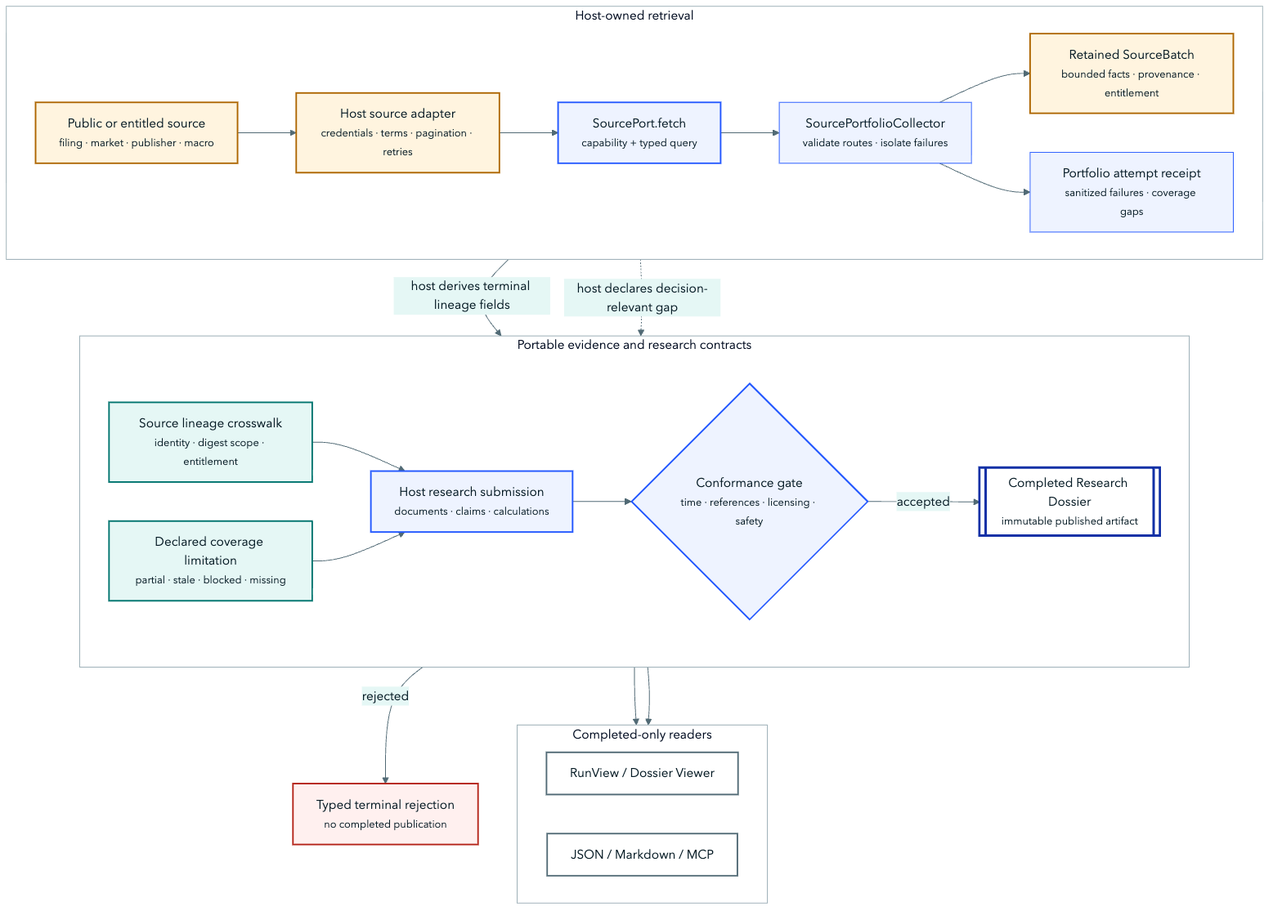
This is assets/architecture/source-to-dossier.png from harshitagarwal2/StockResearchAgents, a Mermaid export, as it was before one commit. Its source is kept beside it as docs/diagrams/source-to-dossier.mmd.
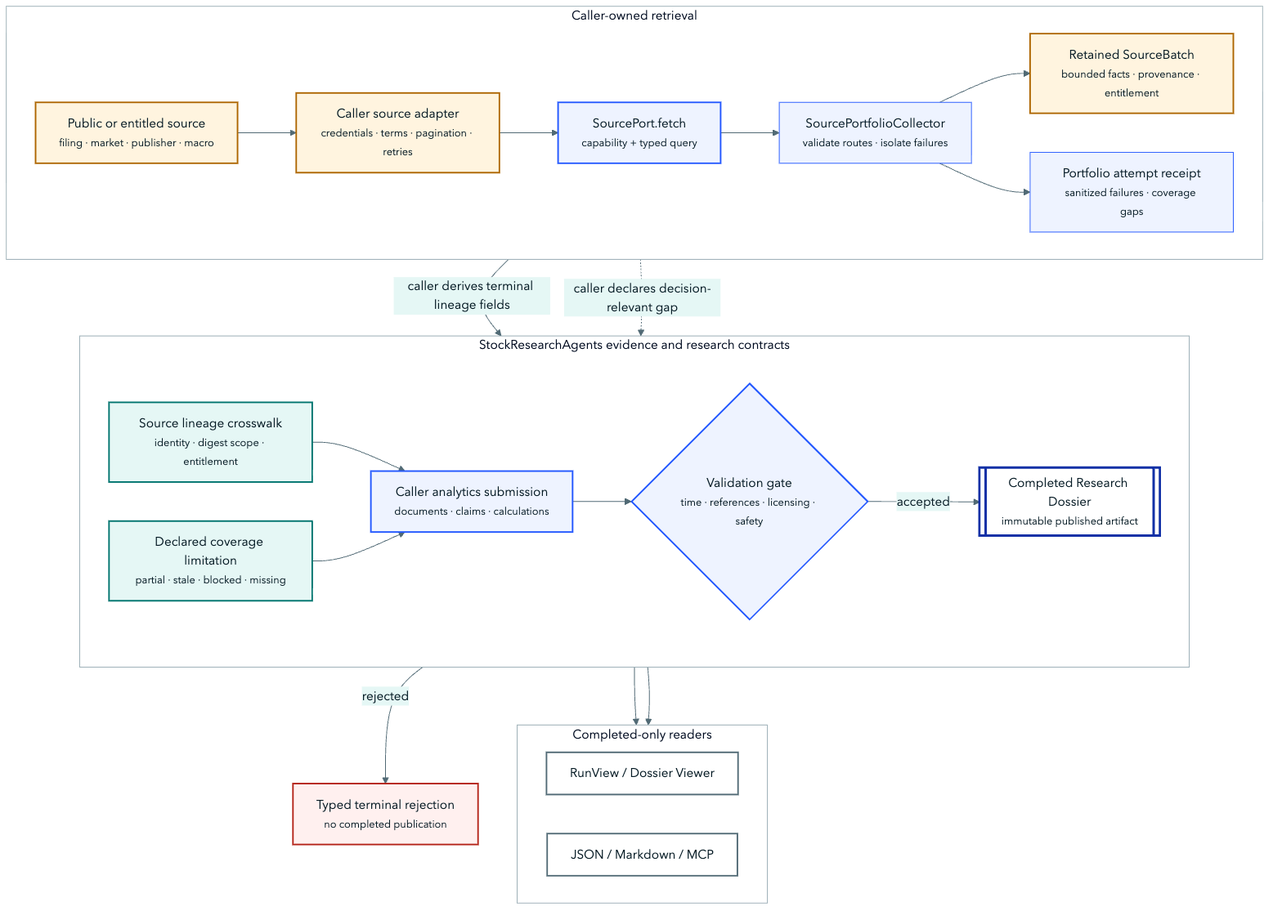
The same diagram one commit later.

Diff of the diagram source:
```diff
@@ -1,12 +1,12 @@
 %%{init: {"theme":"base","fontFamily":"Avenir Next, Segoe UI, sans-serif","themeVariables":{"fontFamily":"Avenir Next, Segoe UI, sans-serif","primaryColor":"#eef3ff","primaryTextColor":"#071c26","primaryBorderColor":"#2257ff","lineColor":"#516a75","secondaryColor":"#e5f7f5","tertiaryColor":"#fff4df","background":"#f5f8f9","clusterBkg":"#ffffff","clusterBorder":"#96aab2"},"flowchart":{"curve":"basis","htmlLabels":true}}}%%
 flowchart TB
   accTitle: Evidence-to-dossier flow
-  accDescr: A host-owned source adapter normalizes public or entitled evidence through a provider-neutral SourcePort boundary. The host derives portable terminal lineage fields from retained batches, while sanitized failed attempts and coverage gaps remain host receipts that must be declared as limitations when decision-relevant. Portable validates provenance, time, licensing, claims, and calculations before a completed dossier is atomically published; a rejected terminal submission is not published.
+  accDescr: A caller-owned source adapter normalizes public or entitled evidence through a provider-neutral SourcePort boundary. The caller derives typed terminal lineage fields from retained batches, while sanitized failed attempts and coverage gaps remain caller receipts that must be declared as limitations when decision-relevant. StockResearchAgents validates provenance, time, licensing, claims, and calculations in the complete CompanyAnalyticsSubmissionV1 before publishing CompanyAnalyticsResultV1; a rejected terminal submission is not published.
 
-  subgraph H["Host-owned retrieval"]
+  subgraph H["Caller-owned retrieval"]
     direction LR
     SRC["Public or entitled source<br/><small>filing · market · publisher · macro</small>"]
-    ADAPTER["Host source adapter<br/><small>credentials · terms · pagination · retries</small>"]
+    ADAPTER["Caller source adapter<br/><small>credentials · terms · pagination · retries</small>"]
     PORT["SourcePort.fetch<br/><small>capability + typed query</small>"]
     COLLECT["SourcePortfolioCollector<br/><small>validate routes · isolate failures</small>"]
     BATCH["Retained SourceBatch<br/><small>bounded facts · provenance · entitlement</small>"]
@@ -16,12 +16,12 @@
     COLLECT --> ATTEMPT
   end
 
-  subgraph P["Portable evidence and research contracts"]
+  subgraph P["StockResearchAgents evidence and research contracts"]
     direction LR
     LINEAGE["Source lineage crosswalk<br/><small>identity · digest scope · entitlement</small>"]
-    DOSSIER["Host research submission<br/><small>documents · claims · calculations</small>"]
+    DOSSIER["Caller analytics submission<br/><small>documents · claims · calculations</small>"]
     LIMIT["Declared coverage limitation<br/><small>partial · stale · blocked · missing</small>"]
-    GATE{"Conformance gate<br/><small>time · references · licensing · safety</small>"}
+    GATE{"Validation gate<br/><small>time · references · licensing · safety</small>"}
     DONE[["Completed Research Dossier<br/><small>immutable published artifact</small>"]]
     LINEAGE --> DOSSIER --> GATE
     LIMIT --> DOSSIER
@@ -36,8 +36,8 @@
 
   REJECT["Typed terminal rejection<br/><small>no completed publication</small>"]
 
-  BATCH -->|host derives terminal lineage fields| LINEAGE
-  ATTEMPT -. host declares decision-relevant gap .-> LIMIT
+  BATCH -->|caller derives terminal lineage fields| LINEAGE
+  ATTEMPT -. caller declares decision-relevant gap .-> LIMIT
   GATE -->|rejected| REJECT
   DONE --> VIEW
   DONE --> EXPORT
```
